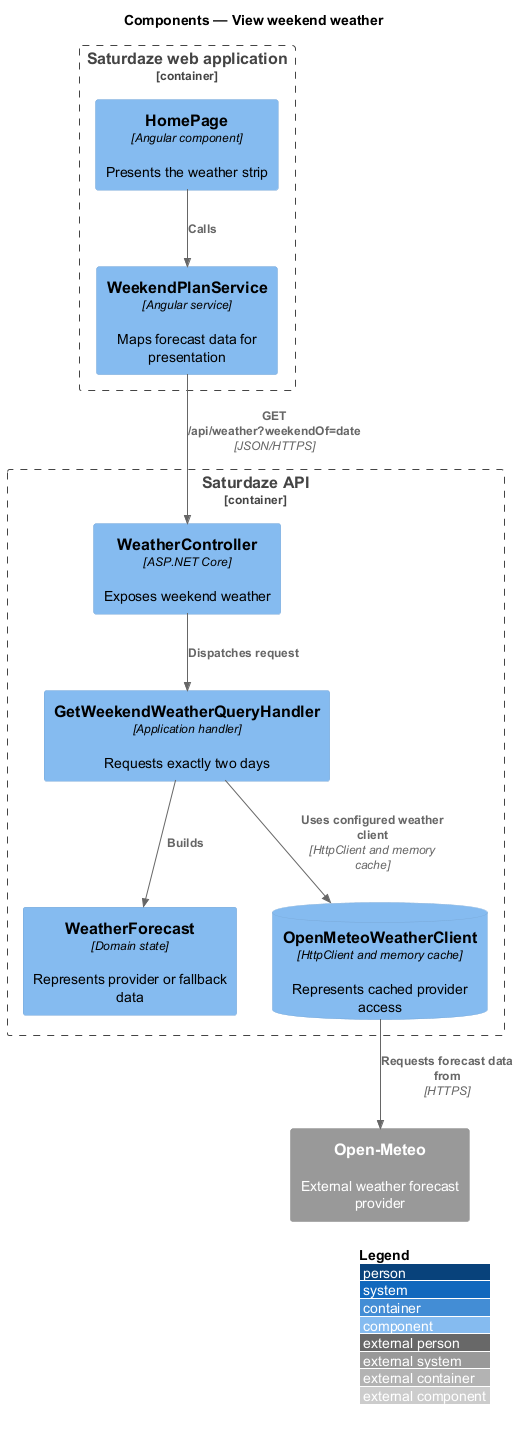
This is docs/detailed-designs/weather/view-weekend-weather/diagrams/c4-component.png from QuinntyneBrown/saturdaze, a PlantUML export, as it was before one commit. Source of this version:
```plantuml
@startuml
!include <C4/C4_Component>
LAYOUT_WITH_LEGEND()
title Components — View weekend weather

Container_Boundary(web, "Saturdaze web application") {
  Component(page, "HomePage", "Angular component", "Presents the weather strip")
  Component(client, "WeekendPlanService", "Angular service", "Maps forecast data for presentation")
}
Container_Boundary(api, "Saturdaze API") {
  Component(controller, "WeatherController", "ASP.NET Core", "Exposes weekend weather")
  Component(handler, "GetWeekendWeatherQueryHandler", "Application handler", "Requests exactly two days")
  Component(entity, "WeatherForecast", "Domain state", "Represents provider or fallback data")
  ComponentDb(db, "OpenMeteoWeatherClient", "HttpClient and memory cache", "Represents cached provider access")
}
System_Ext(provider, "Open-Meteo", "External weather forecast provider")
Rel(page, client, "Calls")
Rel(client, controller, "GET /api/weather?weekendOf=date", "JSON/HTTPS")
Rel(controller, handler, "Dispatches request")
Rel(handler, entity, "Builds")
Rel(handler, db, "Uses configured weather client", "HttpClient and memory cache")
Rel(db, provider, "Requests forecast data from", "HTTPS")
@enduml
```
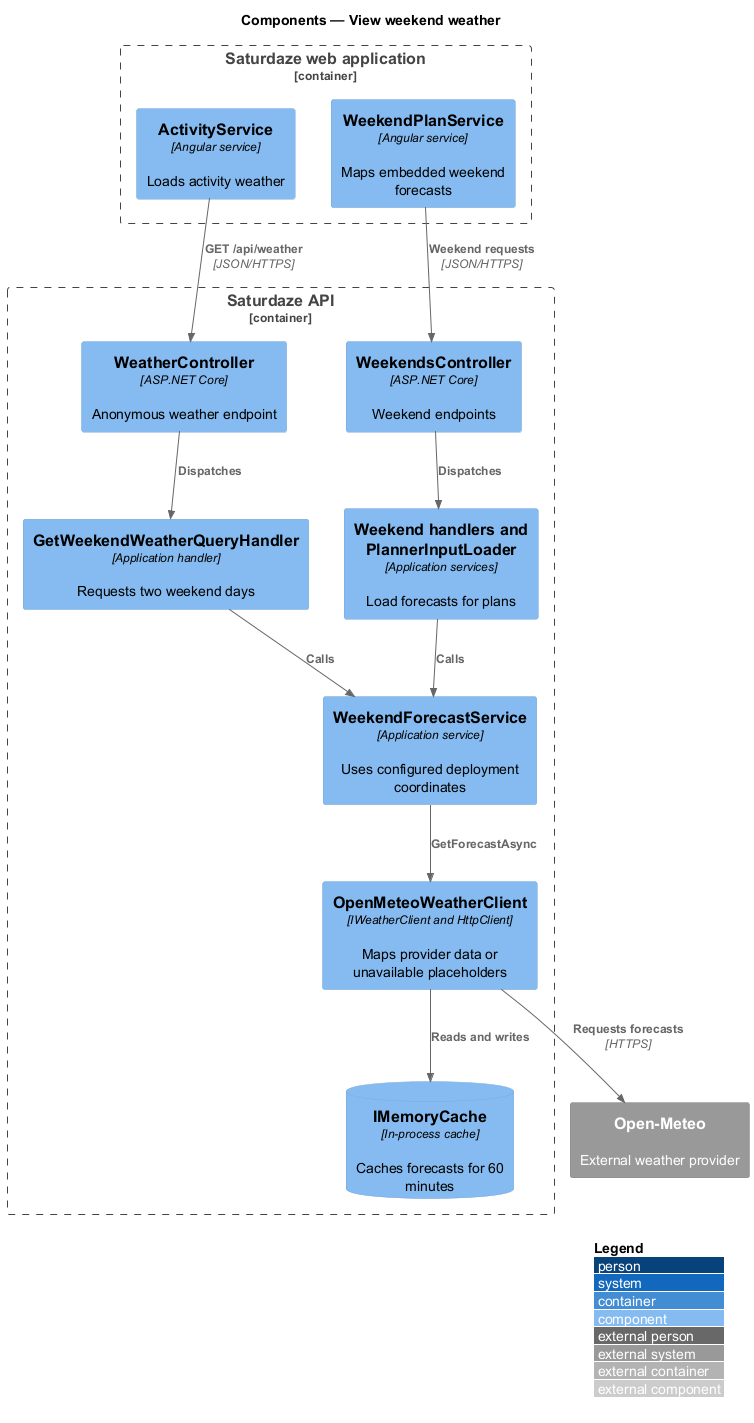
The same diagram one commit later.

What changed in the source:
```diff
@@ -2,22 +2,27 @@
 !include <C4/C4_Component>
 LAYOUT_WITH_LEGEND()
 title Components — View weekend weather
-
 Container_Boundary(web, "Saturdaze web application") {
-  Component(page, "HomePage", "Angular component", "Presents the weather strip")
-  Component(client, "WeekendPlanService", "Angular service", "Maps forecast data for presentation")
+  Component(activities, "ActivityService", "Angular service", "Loads activity weather")
+  Component(weekend, "WeekendPlanService", "Angular service", "Maps embedded weekend forecasts")
 }
 Container_Boundary(api, "Saturdaze API") {
-  Component(controller, "WeatherController", "ASP.NET Core", "Exposes weekend weather")
-  Component(handler, "GetWeekendWeatherQueryHandler", "Application handler", "Requests exactly two days")
-  Component(entity, "WeatherForecast", "Domain state", "Represents provider or fallback data")
-  ComponentDb(db, "OpenMeteoWeatherClient", "HttpClient and memory cache", "Represents cached provider access")
+  Component(weather, "WeatherController", "ASP.NET Core", "Anonymous weather endpoint")
+  Component(weekends, "WeekendsController", "ASP.NET Core", "Weekend endpoints")
+  Component(query, "GetWeekendWeatherQueryHandler", "Application handler", "Requests two weekend days")
+  Component(handlers, "Weekend handlers and PlannerInputLoader", "Application services", "Load forecasts for plans")
+  Component(forecast, "WeekendForecastService", "Application service", "Uses configured deployment coordinates")
+  Component(client, "OpenMeteoWeatherClient", "IWeatherClient and HttpClient", "Maps provider data or unavailable placeholders")
+  ComponentDb(cache, "IMemoryCache", "In-process cache", "Caches forecasts for 60 minutes")
 }
-System_Ext(provider, "Open-Meteo", "External weather forecast provider")
-Rel(page, client, "Calls")
-Rel(client, controller, "GET /api/weather?weekendOf=date", "JSON/HTTPS")
-Rel(controller, handler, "Dispatches request")
-Rel(handler, entity, "Builds")
-Rel(handler, db, "Uses configured weather client", "HttpClient and memory cache")
-Rel(db, provider, "Requests forecast data from", "HTTPS")
+System_Ext(provider, "Open-Meteo", "External weather provider")
+Rel(activities, weather, "GET /api/weather", "JSON/HTTPS")
+Rel(weekend, weekends, "Weekend requests", "JSON/HTTPS")
+Rel(weather, query, "Dispatches")
+Rel(weekends, handlers, "Dispatches")
+Rel(query, forecast, "Calls")
+Rel(handlers, forecast, "Calls")
+Rel(forecast, client, "GetForecastAsync")
+Rel(client, cache, "Reads and writes")
+Rel(client, provider, "Requests forecasts", "HTTPS")
 @enduml
```
